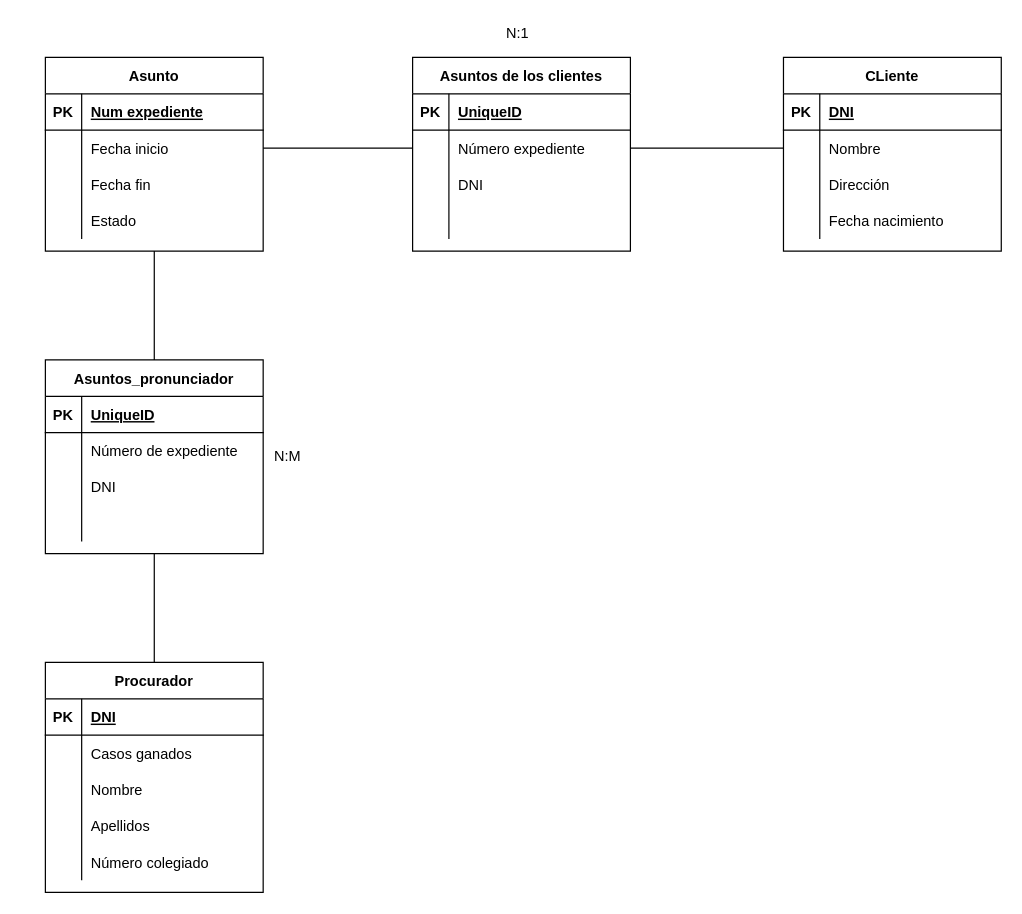
Alejandrogaralv/Bases_de_datos keeps this draw.io diagram as zoo2.drawio. Above is the earlier version. Source tidied: cells renumbered, new cells numbered last; positions are measured from the earlier drawing's top-left corner, leaving out a move shared by most shapes. Both pictures are drawn from the tidied source at 121%, with x=0, y=0 at pixel (45, 21).
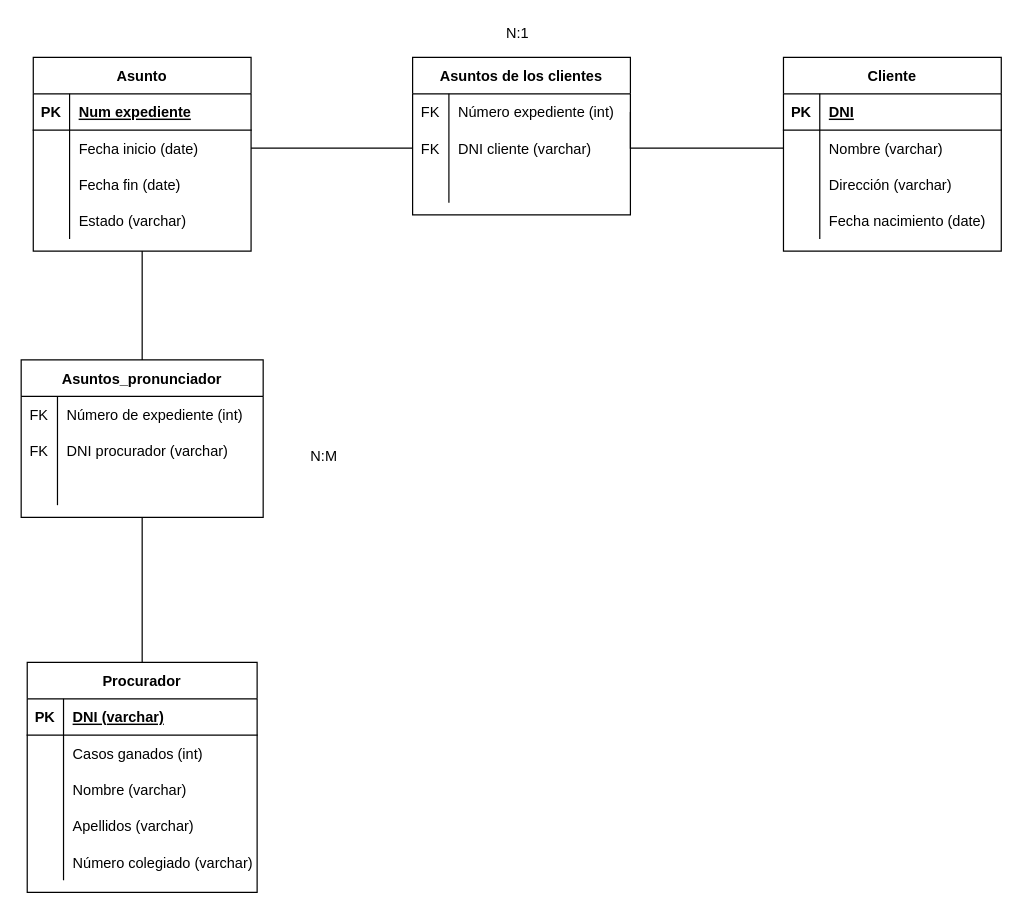
The same page after the edit.

The change refers to these unchanged cells:
```xml
<mxCell id="23" style="shape=partialRectangle;fillColor=none;top=0;left=0;bottom=0;right=0;points=[[0,0.5],[1,0.5]];portConstraint=eastwest;" parent="19" vertex="1">
  <mxGeometry y="60" width="180" height="30" as="geometry" />
</mxCell>
<mxCell id="26" style="shape=partialRectangle;fillColor=none;top=0;left=0;bottom=0;right=0;" parent="19" vertex="1">
  <mxGeometry y="90" width="180" height="30" as="geometry" />
</mxCell>
<mxCell id="29" style="shape=partialRectangle;fillColor=none;top=0;left=0;bottom=0;right=0;" parent="19" vertex="1">
  <mxGeometry y="120" width="180" height="30" as="geometry" />
</mxCell>
<mxCell id="36" style="shape=partialRectangle;fillColor=none;top=0;left=0;bottom=0;right=0;points=[[0,0.5],[1,0.5]];portConstraint=eastwest;" parent="32" vertex="1">
  <mxGeometry y="60" width="180" height="30" as="geometry" />
</mxCell>
<mxCell id="39" style="shape=partialRectangle;fillColor=none;top=0;left=0;bottom=0;right=0;" parent="32" vertex="1">
  <mxGeometry y="90" width="180" height="30" as="geometry" />
</mxCell>
<mxCell id="42" style="shape=partialRectangle;fillColor=none;top=0;left=0;bottom=0;right=0;" parent="32" vertex="1">
  <mxGeometry y="120" width="180" height="30" as="geometry" />
</mxCell>
```

Diff of the diagram source:
```diff
@@
     <mxCell id="2" value="Procurador" style="shape=table;startSize=30;childLayout=tableLayout;rowLines=0;fontStyle=1;align=center;" parent="1" vertex="1">
-      <mxGeometry y="530" width="180" height="190" as="geometry" />
+      <mxGeometry x="-15" y="530" width="190" height="190" as="geometry" />
     </mxCell>
     <mxCell id="3" style="shape=partialRectangle;fillColor=none;top=0;left=0;bottom=1;right=0;" parent="2" vertex="1">
-      <mxGeometry y="30" width="180" height="30" as="geometry" />
+      <mxGeometry y="30" width="190" height="30" as="geometry" />
     </mxCell>
@@
-    <mxCell id="5" value="DNI" style="shape=partialRectangle;fillColor=none;top=0;left=0;bottom=0;right=0;align=left;spacingLeft=6;fontStyle=5;overflow=hidden;" parent="3" vertex="1">
-      <mxGeometry x="30" width="150" height="30" as="geometry" />
+    <mxCell id="5" value="DNI (varchar)" style="shape=partialRectangle;fillColor=none;top=0;left=0;bottom=0;right=0;align=left;spacingLeft=6;fontStyle=5;overflow=hidden;" parent="3" vertex="1">
+      <mxGeometry x="30" width="160" height="30" as="geometry" />
     </mxCell>
     <mxCell id="6" style="shape=partialRectangle;fillColor=none;top=0;left=0;bottom=0;right=0;" parent="2" vertex="1">
-      <mxGeometry y="60" width="180" height="30" as="geometry" />
+      <mxGeometry y="60" width="190" height="30" as="geometry" />
     </mxCell>
@@
-    <mxCell id="8" value="Casos ganados" style="shape=partialRectangle;fillColor=none;top=0;left=0;bottom=0;right=0;align=left;spacingLeft=6;overflow=hidden;" parent="6" vertex="1">
-      <mxGeometry x="30" width="150" height="30" as="geometry" />
+    <mxCell id="8" value="Casos ganados (int)" style="shape=partialRectangle;fillColor=none;top=0;left=0;bottom=0;right=0;align=left;spacingLeft=6;overflow=hidden;" parent="6" vertex="1">
+      <mxGeometry x="30" width="160" height="30" as="geometry" />
     </mxCell>
     <mxCell id="9" style="shape=partialRectangle;fillColor=none;top=0;left=0;bottom=0;right=0;" parent="2" vertex="1">
-      <mxGeometry y="90" width="180" height="30" as="geometry" />
+      <mxGeometry y="90" width="190" height="30" as="geometry" />
     </mxCell>
@@
-    <mxCell id="11" value="Nombre" style="shape=partialRectangle;fillColor=none;top=0;left=0;bottom=0;right=0;align=left;spacingLeft=6;overflow=hidden;" parent="9" vertex="1">
-      <mxGeometry x="30" width="150" height="30" as="geometry" />
+    <mxCell id="11" value="Nombre (varchar)" style="shape=partialRectangle;fillColor=none;top=0;left=0;bottom=0;right=0;align=left;spacingLeft=6;overflow=hidden;" parent="9" vertex="1">
+      <mxGeometry x="30" width="160" height="30" as="geometry" />
     </mxCell>
     <mxCell id="12" style="shape=partialRectangle;fillColor=none;top=0;left=0;bottom=0;right=0;" parent="2" vertex="1">
-      <mxGeometry y="120" width="180" height="30" as="geometry" />
+      <mxGeometry y="120" width="190" height="30" as="geometry" />
     </mxCell>
@@
-    <mxCell id="14" value="Apellidos" style="shape=partialRectangle;fillColor=none;top=0;left=0;bottom=0;right=0;align=left;spacingLeft=6;overflow=hidden;" parent="12" vertex="1">
-      <mxGeometry x="30" width="150" height="30" as="geometry" />
+    <mxCell id="14" value="Apellidos (varchar)" style="shape=partialRectangle;fillColor=none;top=0;left=0;bottom=0;right=0;align=left;spacingLeft=6;overflow=hidden;" parent="12" vertex="1">
+      <mxGeometry x="30" width="160" height="30" as="geometry" />
     </mxCell>
     <mxCell id="15" style="shape=partialRectangle;fillColor=none;top=0;left=0;bottom=0;right=0;" parent="2" vertex="1">
-      <mxGeometry y="150" width="180" height="30" as="geometry" />
+      <mxGeometry y="150" width="190" height="30" as="geometry" />
     </mxCell>
@@
-    <mxCell id="17" value="Número colegiado" style="shape=partialRectangle;fillColor=none;top=0;left=0;bottom=0;right=0;align=left;spacingLeft=6;overflow=hidden;" parent="15" vertex="1">
-      <mxGeometry x="30" width="150" height="30" as="geometry" />
+    <mxCell id="17" value="Número colegiado (varchar)" style="shape=partialRectangle;fillColor=none;top=0;left=0;bottom=0;right=0;align=left;spacingLeft=6;overflow=hidden;" parent="15" vertex="1">
+      <mxGeometry x="30" width="160" height="30" as="geometry" />
     </mxCell>
@@
     <mxCell id="19" value="Asunto" style="shape=table;startSize=30;childLayout=tableLayout;rowLines=0;fontStyle=1;align=center;" parent="1" vertex="1">
-      <mxGeometry y="30" width="180" height="160" as="geometry" />
+      <mxGeometry x="-10" y="30" width="180" height="160" as="geometry" />
     </mxCell>
@@
-    <mxCell id="25" value="Fecha inicio" style="shape=partialRectangle;fillColor=none;top=0;left=0;bottom=0;right=0;align=left;spacingLeft=6;overflow=hidden;" parent="23" vertex="1">
+    <mxCell id="25" value="Fecha inicio (date)" style="shape=partialRectangle;fillColor=none;top=0;left=0;bottom=0;right=0;align=left;spacingLeft=6;overflow=hidden;" parent="23" vertex="1">
       <mxGeometry x="30" width="150" height="30" as="geometry" />
     </mxCell>
@@
-    <mxCell id="28" value="Fecha fin" style="shape=partialRectangle;fillColor=none;top=0;left=0;bottom=0;right=0;align=left;spacingLeft=6;overflow=hidden;" parent="26" vertex="1">
+    <mxCell id="28" value="Fecha fin (date)" style="shape=partialRectangle;fillColor=none;top=0;left=0;bottom=0;right=0;align=left;spacingLeft=6;overflow=hidden;" parent="26" vertex="1">
       <mxGeometry x="30" width="150" height="30" as="geometry" />
     </mxCell>
@@
-    <mxCell id="31" value="Estado" style="shape=partialRectangle;fillColor=none;top=0;left=0;bottom=0;right=0;align=left;spacingLeft=6;overflow=hidden;" parent="29" vertex="1">
+    <mxCell id="31" value="Estado (varchar)" style="shape=partialRectangle;fillColor=none;top=0;left=0;bottom=0;right=0;align=left;spacingLeft=6;overflow=hidden;" parent="29" vertex="1">
       <mxGeometry x="30" width="150" height="30" as="geometry" />
     </mxCell>
-    <mxCell id="32" value="CLiente" style="shape=table;startSize=30;childLayout=tableLayout;rowLines=0;fontStyle=1;align=center;" parent="1" vertex="1">
+    <mxCell id="32" value="Cliente" style="shape=table;startSize=30;childLayout=tableLayout;rowLines=0;fontStyle=1;align=center;" parent="1" vertex="1">
       <mxGeometry x="610" y="30" width="180" height="160" as="geometry" />
     </mxCell>
@@
-    <mxCell id="38" value="Nombre" style="shape=partialRectangle;fillColor=none;top=0;left=0;bottom=0;right=0;align=left;spacingLeft=6;overflow=hidden;" parent="36" vertex="1">
+    <mxCell id="38" value="Nombre (varchar)" style="shape=partialRectangle;fillColor=none;top=0;left=0;bottom=0;right=0;align=left;spacingLeft=6;overflow=hidden;" parent="36" vertex="1">
       <mxGeometry x="30" width="150" height="30" as="geometry" />
     </mxCell>
@@
-    <mxCell id="41" value="Dirección" style="shape=partialRectangle;fillColor=none;top=0;left=0;bottom=0;right=0;align=left;spacingLeft=6;overflow=hidden;" parent="39" vertex="1">
+    <mxCell id="41" value="Dirección (varchar)" style="shape=partialRectangle;fillColor=none;top=0;left=0;bottom=0;right=0;align=left;spacingLeft=6;overflow=hidden;" parent="39" vertex="1">
       <mxGeometry x="30" width="150" height="30" as="geometry" />
     </mxCell>
@@
-    <mxCell id="44" value="Fecha nacimiento" style="shape=partialRectangle;fillColor=none;top=0;left=0;bottom=0;right=0;align=left;spacingLeft=6;overflow=hidden;" parent="42" vertex="1">
+    <mxCell id="44" value="Fecha nacimiento (date)" style="shape=partialRectangle;fillColor=none;top=0;left=0;bottom=0;right=0;align=left;spacingLeft=6;overflow=hidden;" parent="42" vertex="1">
       <mxGeometry x="30" width="150" height="30" as="geometry" />
     </mxCell>
@@
     <mxCell id="46" value="Asuntos de los clientes" style="shape=table;startSize=30;childLayout=tableLayout;rowLines=0;fontStyle=1;align=center;" parent="1" vertex="1">
-      <mxGeometry x="303.5" y="30" width="180" height="160" as="geometry" />
+      <mxGeometry x="303.5" y="30" width="180" height="130" as="geometry" />
     </mxCell>
-    <mxCell id="47" style="shape=partialRectangle;fillColor=none;top=0;left=0;bottom=1;right=0;" parent="46" vertex="1">
-      <mxGeometry y="30" width="180" height="30" as="geometry" />
-    </mxCell>
-    <mxCell id="48" value="PK" style="shape=partialRectangle;fillColor=none;top=0;left=0;bottom=0;right=0;fontStyle=1;overflow=hidden;" parent="47" vertex="1">
-      <mxGeometry width="30" height="30" as="geometry" />
-    </mxCell>
-    <mxCell id="49" value="UniqueID" style="shape=partialRectangle;fillColor=none;top=0;left=0;bottom=0;right=0;align=left;spacingLeft=6;fontStyle=5;overflow=hidden;" parent="47" vertex="1">
-      <mxGeometry x="30" width="150" height="30" as="geometry" />
-    </mxCell>
     <mxCell id="50" style="shape=partialRectangle;fillColor=none;top=0;left=0;bottom=0;right=0;points=[[0,0.5],[1,0.5]];portConstraint=eastwest;" parent="46" vertex="1">
-      <mxGeometry y="60" width="180" height="30" as="geometry" />
+      <mxGeometry y="30" width="180" height="30" as="geometry" />
     </mxCell>
-    <mxCell id="51" style="shape=partialRectangle;fillColor=none;top=0;left=0;bottom=0;right=0;overflow=hidden;" parent="50" vertex="1">
+    <mxCell id="51" value="FK" style="shape=partialRectangle;fillColor=none;top=0;left=0;bottom=0;right=0;overflow=hidden;" parent="50" vertex="1">
       <mxGeometry width="30" height="30" as="geometry" />
     </mxCell>
-    <mxCell id="52" value="Número expediente" style="shape=partialRectangle;fillColor=none;top=0;left=0;bottom=0;right=0;align=left;spacingLeft=6;overflow=hidden;" parent="50" vertex="1">
+    <mxCell id="52" value="Número expediente (int)" style="shape=partialRectangle;fillColor=none;top=0;left=0;bottom=0;right=0;align=left;spacingLeft=6;overflow=hidden;" parent="50" vertex="1">
       <mxGeometry x="30" width="150" height="30" as="geometry" />
     </mxCell>
     <mxCell id="53" style="shape=partialRectangle;fillColor=none;top=0;left=0;bottom=0;right=0;" parent="46" vertex="1">
-      <mxGeometry y="90" width="180" height="30" as="geometry" />
+      <mxGeometry y="60" width="180" height="30" as="geometry" />
     </mxCell>
-    <mxCell id="54" style="shape=partialRectangle;fillColor=none;top=0;left=0;bottom=0;right=0;overflow=hidden;" parent="53" vertex="1">
+    <mxCell id="54" value="FK" style="shape=partialRectangle;fillColor=none;top=0;left=0;bottom=0;right=0;overflow=hidden;" parent="53" vertex="1">
       <mxGeometry width="30" height="30" as="geometry" />
     </mxCell>
-    <mxCell id="55" value="DNI" style="shape=partialRectangle;fillColor=none;top=0;left=0;bottom=0;right=0;align=left;spacingLeft=6;overflow=hidden;" parent="53" vertex="1">
+    <mxCell id="55" value="DNI cliente (varchar)" style="shape=partialRectangle;fillColor=none;top=0;left=0;bottom=0;right=0;align=left;spacingLeft=6;overflow=hidden;" parent="53" vertex="1">
       <mxGeometry x="30" width="150" height="30" as="geometry" />
     </mxCell>
     <mxCell id="56" style="shape=partialRectangle;fillColor=none;top=0;left=0;bottom=0;right=0;" parent="46" vertex="1">
-      <mxGeometry y="120" width="180" height="30" as="geometry" />
+      <mxGeometry y="90" width="180" height="30" as="geometry" />
     </mxCell>
@@
     <mxCell id="60" value="Asuntos_pronunciador" style="shape=table;startSize=30;childLayout=tableLayout;rowLines=0;fontStyle=1;align=center;" parent="1" vertex="1">
-      <mxGeometry y="280" width="180" height="160" as="geometry" />
+      <mxGeometry x="-20" y="280" width="200" height="130" as="geometry" />
     </mxCell>
-    <mxCell id="61" style="shape=partialRectangle;fillColor=none;top=0;left=0;bottom=1;right=0;" parent="60" vertex="1">
-      <mxGeometry y="30" width="180" height="30" as="geometry" />
-    </mxCell>
-    <mxCell id="62" value="PK" style="shape=partialRectangle;fillColor=none;top=0;left=0;bottom=0;right=0;fontStyle=1;overflow=hidden;" parent="61" vertex="1">
-      <mxGeometry width="30" height="30" as="geometry" />
-    </mxCell>
-    <mxCell id="63" value="UniqueID" style="shape=partialRectangle;fillColor=none;top=0;left=0;bottom=0;right=0;align=left;spacingLeft=6;fontStyle=5;overflow=hidden;" parent="61" vertex="1">
-      <mxGeometry x="30" width="150" height="30" as="geometry" />
-    </mxCell>
     <mxCell id="64" style="shape=partialRectangle;fillColor=none;top=0;left=0;bottom=0;right=0;" parent="60" vertex="1">
-      <mxGeometry y="60" width="180" height="30" as="geometry" />
+      <mxGeometry y="30" width="200" height="30" as="geometry" />
     </mxCell>
-    <mxCell id="65" style="shape=partialRectangle;fillColor=none;top=0;left=0;bottom=0;right=0;overflow=hidden;" parent="64" vertex="1">
+    <mxCell id="65" value="FK" style="shape=partialRectangle;fillColor=none;top=0;left=0;bottom=0;right=0;overflow=hidden;" parent="64" vertex="1">
       <mxGeometry width="30" height="30" as="geometry" />
     </mxCell>
-    <mxCell id="66" value="Número de expediente" style="shape=partialRectangle;fillColor=none;top=0;left=0;bottom=0;right=0;align=left;spacingLeft=6;overflow=hidden;" parent="64" vertex="1">
-      <mxGeometry x="30" width="150" height="30" as="geometry" />
+    <mxCell id="66" value="Número de expediente (int)" style="shape=partialRectangle;fillColor=none;top=0;left=0;bottom=0;right=0;align=left;spacingLeft=6;overflow=hidden;" parent="64" vertex="1">
+      <mxGeometry x="30" width="170" height="30" as="geometry" />
     </mxCell>
     <mxCell id="67" style="shape=partialRectangle;fillColor=none;top=0;left=0;bottom=0;right=0;" parent="60" vertex="1">
-      <mxGeometry y="90" width="180" height="30" as="geometry" />
+      <mxGeometry y="60" width="200" height="30" as="geometry" />
     </mxCell>
-    <mxCell id="68" style="shape=partialRectangle;fillColor=none;top=0;left=0;bottom=0;right=0;overflow=hidden;" parent="67" vertex="1">
+    <mxCell id="68" value="FK" style="shape=partialRectangle;fillColor=none;top=0;left=0;bottom=0;right=0;overflow=hidden;" parent="67" vertex="1">
       <mxGeometry width="30" height="30" as="geometry" />
     </mxCell>
-    <mxCell id="69" value="DNI" style="shape=partialRectangle;fillColor=none;top=0;left=0;bottom=0;right=0;align=left;spacingLeft=6;overflow=hidden;" parent="67" vertex="1">
-      <mxGeometry x="30" width="150" height="30" as="geometry" />
+    <mxCell id="69" value="DNI procurador (varchar)" style="shape=partialRectangle;fillColor=none;top=0;left=0;bottom=0;right=0;align=left;spacingLeft=6;overflow=hidden;" parent="67" vertex="1">
+      <mxGeometry x="30" width="170" height="30" as="geometry" />
     </mxCell>
     <mxCell id="70" style="shape=partialRectangle;fillColor=none;top=0;left=0;bottom=0;right=0;" parent="60" vertex="1">
-      <mxGeometry y="120" width="180" height="30" as="geometry" />
+      <mxGeometry y="90" width="200" height="30" as="geometry" />
     </mxCell>
@@
     <mxCell id="72" style="shape=partialRectangle;fillColor=none;top=0;left=0;bottom=0;right=0;align=left;spacingLeft=6;overflow=hidden;" parent="70" vertex="1">
-      <mxGeometry x="30" width="150" height="30" as="geometry" />
+      <mxGeometry x="30" width="170" height="30" as="geometry" />
     </mxCell>
     <mxCell id="73" style="edgeStyle=orthogonalEdgeStyle;rounded=0;jettySize=auto;html=1;exitX=1;exitY=0.5;exitDx=0;exitDy=0;entryX=0;entryY=0.5;entryDx=0;entryDy=0;endArrow=none;endFill=0;" parent="1" edge="1" source="50" target="36">
-      <mxGeometry relative="1" as="geometry" />
+      <mxGeometry relative="1" as="geometry">
+        <Array as="points">
+          <mxPoint x="484" y="105" />
+        </Array>
+      </mxGeometry>
     </mxCell>
     <mxCell id="74" value="N:M" style="text;html=1;align=center;verticalAlign=middle;strokeColor=none;" parent="1" vertex="1">
-      <mxGeometry x="180" y="350" width="40" height="20" as="geometry" />
+      <mxGeometry x="210" y="350" width="40" height="20" as="geometry" />
     </mxCell>
```
